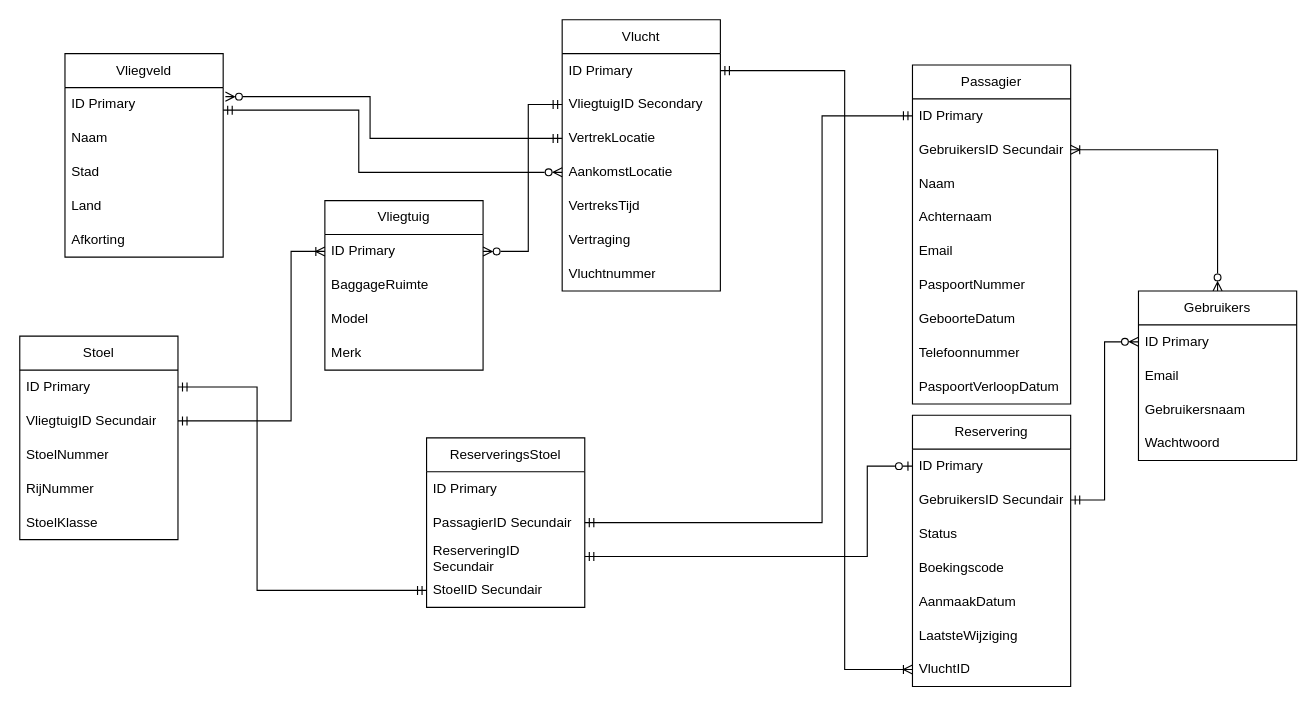
This is Project/DataSources/ERD.drawio from Talhacar-HR/Project-B-Airlines, a draw.io file, before an edit. Source tidied: cells renumbered, new cells numbered last; positions are measured from the earlier drawing's top-left corner, leaving out a move shared by most shapes. Both pictures are drawn from the tidied source at 113%, with x=0, y=0 at pixel (19, 19).
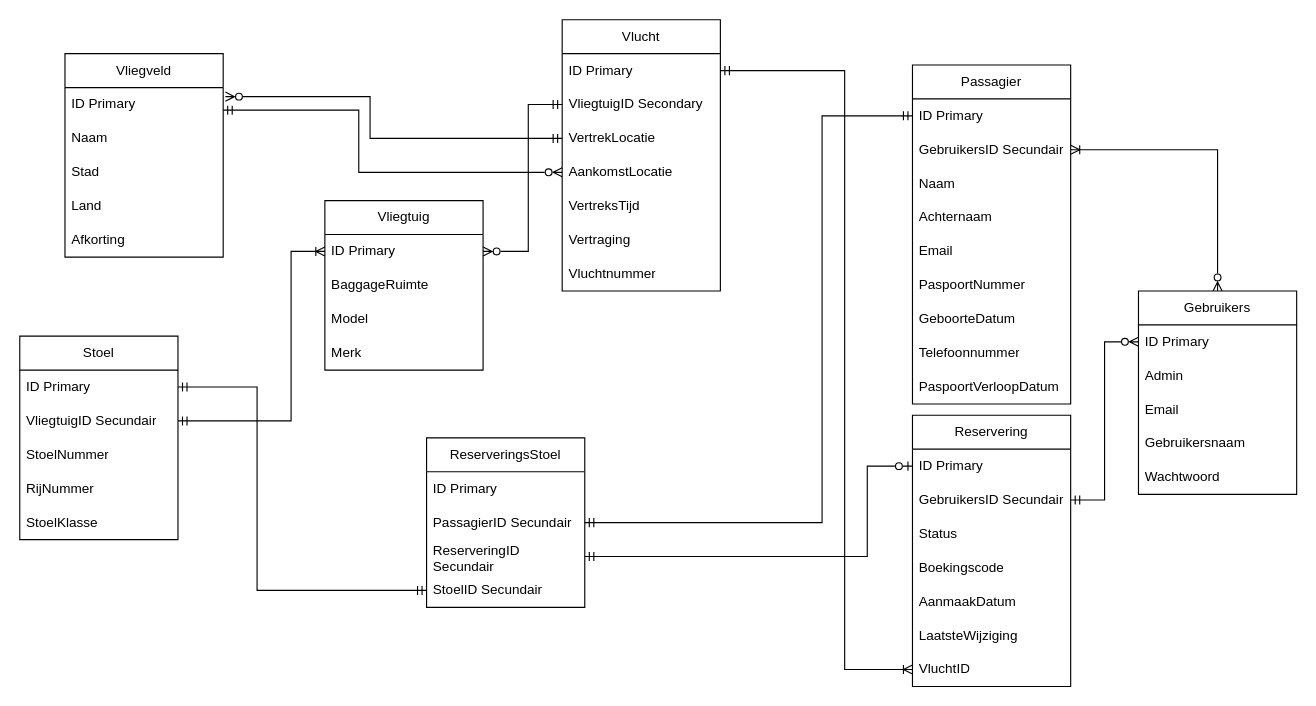
Above is the later version.

Commit message (it also covers changes not shown here):
admin boolean added

The edit, as a diff of the source:
```diff
@@
     <mxCell id="49" value="Gebruikers" style="swimlane;fontStyle=0;horizontal=1;startSize=30;whiteSpace=wrap;html=1;" parent="1" vertex="1">
-      <mxGeometry x="990" y="240" width="140" height="150" as="geometry" />
+      <mxGeometry x="990" y="240" width="140" height="180" as="geometry" />
     </mxCell>
@@
+    <mxCell id="65" value="Admin" style="text;strokeColor=none;fillColor=none;align=left;verticalAlign=middle;spacingLeft=4;spacingRight=4;overflow=hidden;whiteSpace=wrap;html=1;" parent="49" vertex="1">
+      <mxGeometry y="60" width="140" height="30" as="geometry" />
+    </mxCell>
     <mxCell id="51" value="Email" style="text;strokeColor=none;fillColor=none;align=left;verticalAlign=middle;spacingLeft=4;spacingRight=4;overflow=hidden;whiteSpace=wrap;html=1;" parent="49" vertex="1">
-      <mxGeometry y="60" width="140" height="30" as="geometry" />
+      <mxGeometry y="90" width="140" height="30" as="geometry" />
     </mxCell>
     <mxCell id="52" value="Gebruikersnaam" style="text;strokeColor=none;fillColor=none;align=left;verticalAlign=middle;spacingLeft=4;spacingRight=4;overflow=hidden;whiteSpace=wrap;html=1;" parent="49" vertex="1">
-      <mxGeometry y="90" width="140" height="30" as="geometry" />
+      <mxGeometry y="120" width="140" height="30" as="geometry" />
     </mxCell>
     <mxCell id="53" value="Wachtwoord" style="text;strokeColor=none;fillColor=none;align=left;verticalAlign=middle;spacingLeft=4;spacingRight=4;overflow=hidden;whiteSpace=wrap;html=1;" parent="49" vertex="1">
-      <mxGeometry y="120" width="140" height="30" as="geometry" />
+      <mxGeometry y="150" width="140" height="30" as="geometry" />
     </mxCell>
```
